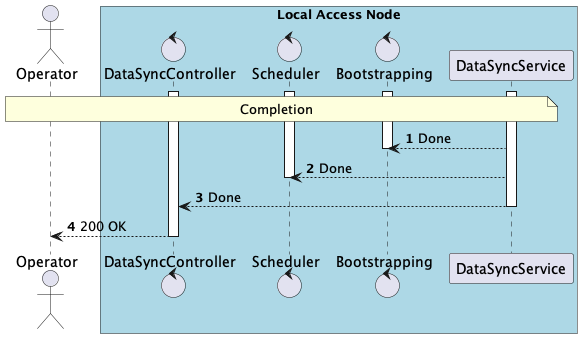
in2workspace/in2-guides keeps this PlantUML diagram as desmos-tech-doc/images/use-case-data-synchronization-4-completion.png. Above is the earlier version. Its diagram source:
```plantuml
@startuml

autonumber
skinparam BoxPadding 10


actor "Operator" as operator

box "Local Access Node" #LightBlue
    control "DataSyncController" as data_sync_controller
    control "Scheduler" as scheduler
    control "Bootstrapping" as bootstrapping
    participant "DataSyncService" as data_sync_service
end box



activate data_sync_service
activate bootstrapping
activate scheduler
activate data_sync_controller

note over operator, data_sync_service
    Completion
end note

data_sync_service --> bootstrapping: Done
deactivate bootstrapping

data_sync_service --> scheduler: Done
deactivate scheduler

data_sync_service --> data_sync_controller: Done
deactivate data_sync_service
data_sync_controller --> operator: 200 OK
deactivate data_sync_controller


@enduml
```
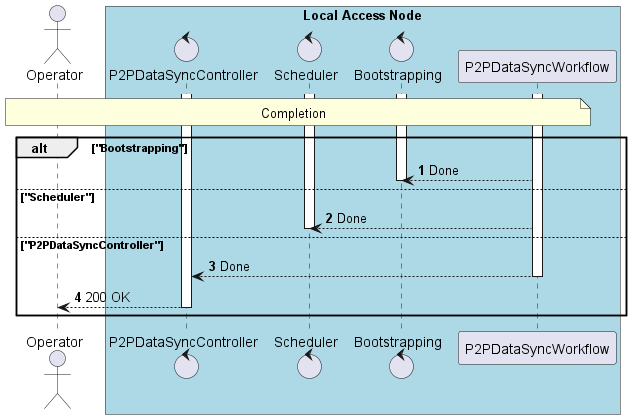
Above is the later version.

Change to the diagram source:
```diff
@@ -7,33 +7,35 @@
 actor "Operator" as operator
 
 box "Local Access Node" #LightBlue
-    control "DataSyncController" as data_sync_controller
+    control "P2PDataSyncController" as p2p_data_sync_controller
     control "Scheduler" as scheduler
     control "Bootstrapping" as bootstrapping
-    participant "DataSyncService" as data_sync_service
+    participant "P2PDataSyncWorkflow" as p2p_data_sync_workflow
 end box
 
 
 
-activate data_sync_service
+activate p2p_data_sync_workflow
 activate bootstrapping
 activate scheduler
-activate data_sync_controller
+activate p2p_data_sync_controller
 
-note over operator, data_sync_service
+note over operator, p2p_data_sync_workflow
     Completion
 end note
 
-data_sync_service --> bootstrapping: Done
-deactivate bootstrapping
-
-data_sync_service --> scheduler: Done
-deactivate scheduler
-
-data_sync_service --> data_sync_controller: Done
-deactivate data_sync_service
-data_sync_controller --> operator: 200 OK
-deactivate data_sync_controller
+alt "Bootstrapping"
+    p2p_data_sync_workflow --> bootstrapping: Done
+    deactivate bootstrapping
+else "Scheduler"
+    p2p_data_sync_workflow --> scheduler: Done
+    deactivate scheduler
+else "P2PDataSyncController"
+    p2p_data_sync_workflow --> p2p_data_sync_controller: Done
+    deactivate p2p_data_sync_workflow
+    p2p_data_sync_controller --> operator: 200 OK
+    deactivate p2p_data_sync_controller
+end
 
 
 @enduml
```
